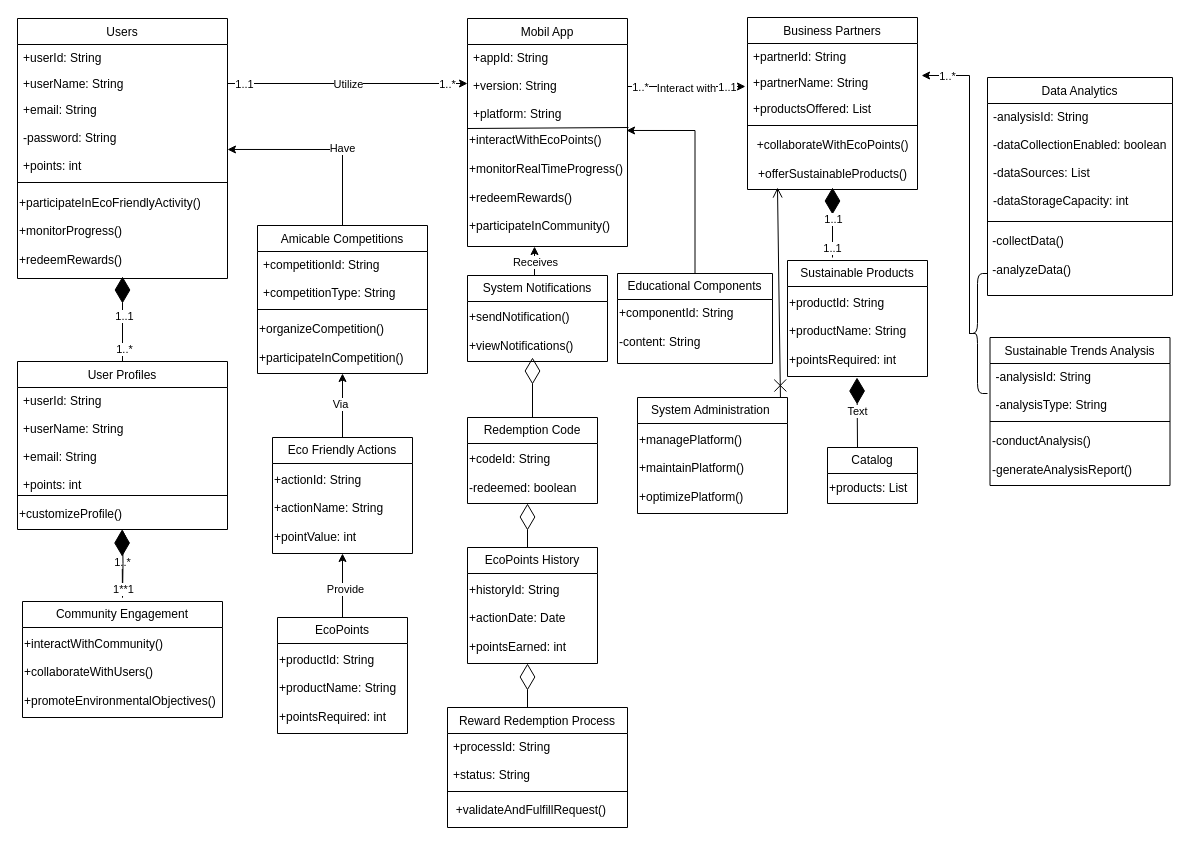
Earlier version of the draw.io diagram Untitled Diagram.drawio (biabcp/UML-Domain-Class-Diagram). Source tidied: cells renumbered, new cells numbered last; positions are measured from the earlier drawing's top-left corner, leaving out a move shared by most shapes. Both pictures are drawn from the tidied source at 100%, with x=0, y=0 at pixel (17, 17).
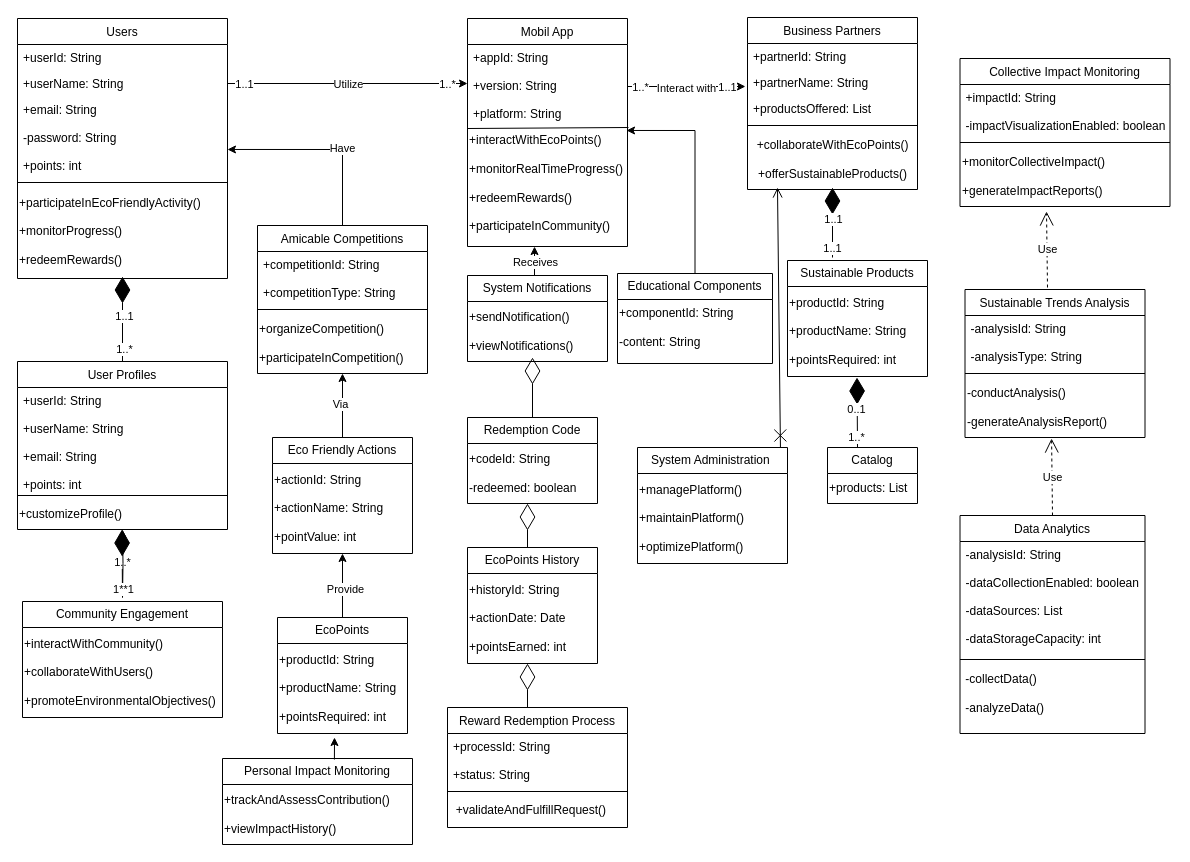
The same page after the edit.

The change refers to these unchanged cells:
```xml
<mxCell id="10" value="+partnerName: String" style="text;align=left;verticalAlign=top;spacingLeft=4;spacingRight=4;overflow=hidden;points=[[0,0.5],[1,0.5]];portConstraint=eastwest;rounded=0;shadow=0;html=0;" parent="8" vertex="1">
  <mxGeometry y="52" width="170" height="26" as="geometry" />
</mxCell>
<mxCell id="59" value="&lt;div&gt;-conductAnalysis()&lt;/div&gt;&lt;div&gt;&lt;br&gt;&lt;/div&gt;&lt;div&gt;-generateAnalysisReport()&lt;/div&gt;" style="text;html=1;align=left;verticalAlign=middle;points=[];strokeColor=none;fillColor=none;" parent="56" vertex="1">
  <mxGeometry y="88" width="180" height="60" as="geometry" />
</mxCell>
<mxCell id="84" style="endArrow=diamondThin;endFill=1;endSize=24;html=1;rounded=0;" parent="1" edge="1">
  <mxGeometry relative="1" as="geometry">
    <mxPoint x="840" y="430" as="sourcePoint" />
    <mxPoint x="839.5" y="360" as="targetPoint" />
  </mxGeometry>
</mxCell>
```

What changed in the source:
```diff
@@
     <mxCell id="39" value="Data Analytics" style="swimlane;fontStyle=0;align=center;verticalAlign=top;horizontal=1;startSize=26;rounded=0;shadow=0;strokeWidth=1;" parent="1" vertex="1">
-      <mxGeometry x="970" y="60" width="185" height="218" as="geometry" />
+      <mxGeometry x="942.5" y="498" width="185" height="218" as="geometry" />
     </mxCell>
@@
     <mxCell id="56" value="Sustainable Trends Analysis" style="swimlane;fontStyle=0;align=center;verticalAlign=top;horizontal=1;startSize=26;rounded=0;shadow=0;strokeWidth=1;" parent="1" vertex="1">
-      <mxGeometry x="972.5" y="320" width="180" height="148" as="geometry" />
+      <mxGeometry x="947.5" y="272" width="180" height="148" as="geometry" />
     </mxCell>
@@
     <mxCell id="60" value="System Administration&amp;nbsp;" style="swimlane;fontStyle=0;horizontal=1;startSize=26;fillColor=none;whiteSpace=wrap;html=1;" parent="1" vertex="1">
-      <mxGeometry x="620" y="380" width="150" height="116" as="geometry" />
+      <mxGeometry x="620" y="430" width="150" height="116" as="geometry" />
     </mxCell>
@@
-    <mxCell id="85" value="Text" style="edgeLabel;html=1;align=center;verticalAlign=middle;" parent="84" vertex="1">
-      <mxGeometry x="0.06" relative="1" as="geometry" />
-    </mxCell>
+    <mxCell id="95" value="0..1&lt;br&gt;" style="edgeLabel;html=1;align=center;verticalAlign=middle;" parent="84" vertex="1">
+      <mxGeometry x="0.11" y="1" relative="1" as="geometry" />
+    </mxCell>
+    <mxCell id="93" value="1..*" style="edgeLabel;html=1;align=center;verticalAlign=middle;" parent="84" vertex="1">
+      <mxGeometry x="-0.69" y="1" relative="1" as="geometry" />
+    </mxCell>
@@
-    <mxCell id="92" style="edgeStyle=orthogonalEdgeStyle;rounded=0;jettySize=auto;html=1;exitX=0.1;exitY=0.5;exitDx=0;exitDy=0;exitPerimeter=0;entryX=1.024;entryY=0.231;entryDx=0;entryDy=0;entryPerimeter=0;" parent="1" edge="1" source="94" target="10">
-      <mxGeometry relative="1" as="geometry" />
-    </mxCell>
-    <mxCell id="93" value="1..*" style="edgeLabel;html=1;align=center;verticalAlign=middle;" parent="92" vertex="1">
-      <mxGeometry x="0.84" relative="1" as="geometry" />
-    </mxCell>
-    <mxCell id="94" style="shape=curlyBracket;whiteSpace=wrap;html=1;rounded=1;labelPosition=left;verticalLabelPosition=middle;align=right;verticalAlign=middle;" parent="1" vertex="1">
-      <mxGeometry x="950" y="256" width="20" height="120" as="geometry" />
-    </mxCell>
+    <mxCell id="96" value="Personal Impact Monitoring" style="swimlane;fontStyle=0;horizontal=1;startSize=26;fillColor=none;whiteSpace=wrap;html=1;" parent="1" vertex="1">
+      <mxGeometry x="205" y="741" width="190" height="86" as="geometry" />
+    </mxCell>
+    <mxCell id="97" value="&lt;div&gt;+trackAndAssessContribution()&lt;/div&gt;&lt;div&gt;&lt;br&gt;&lt;/div&gt;&lt;div&gt;+viewImpactHistory()&lt;/div&gt;" style="text;html=1;align=left;verticalAlign=middle;strokeColor=none;fillColor=none;" parent="96" vertex="1">
+      <mxGeometry y="26" width="190" height="60" as="geometry" />
+    </mxCell>
+    <mxCell id="98" style="endArrow=classic;html=1;rounded=0;exitX=0.589;exitY=0.012;exitDx=0;exitDy=0;exitPerimeter=0;" parent="1" edge="1" source="96">
+      <mxGeometry relative="1" as="geometry">
+        <mxPoint x="317" y="720" as="targetPoint" />
+      </mxGeometry>
+    </mxCell>
+    <mxCell id="99" value="Collective Impact Monitoring" style="swimlane;fontStyle=0;align=center;verticalAlign=top;horizontal=1;startSize=26;rounded=0;shadow=0;strokeWidth=1;" parent="1" vertex="1">
+      <mxGeometry x="942.5" y="41" width="210" height="148" as="geometry" />
+    </mxCell>
+    <mxCell id="100" value="+impactId: String&#10;&#10;-impactVisualizationEnabled: boolean" style="text;align=left;verticalAlign=top;spacingLeft=4;spacingRight=4;overflow=hidden;" parent="99" vertex="1">
+      <mxGeometry y="26" width="210" height="54" as="geometry" />
+    </mxCell>
+    <mxCell id="101" style="line;html=1;strokeWidth=1;align=left;verticalAlign=middle;spacingTop=-1;spacingLeft=3;spacingRight=3;labelPosition=right;" parent="99" vertex="1">
+      <mxGeometry y="80" width="210" height="8" as="geometry" />
+    </mxCell>
+    <mxCell id="102" value="&lt;div&gt;+monitorCollectiveImpact()&lt;/div&gt;&lt;div&gt;&lt;br&gt;&lt;/div&gt;&lt;div&gt;+generateImpactReports()&lt;/div&gt;" style="text;html=1;align=left;verticalAlign=middle;points=[];strokeColor=none;fillColor=none;" parent="99" vertex="1">
+      <mxGeometry y="88" width="210" height="60" as="geometry" />
+    </mxCell>
+    <mxCell id="103" value="Use" style="endArrow=open;endSize=12;dashed=1;html=1;rounded=0;entryX=0.481;entryY=1.017;entryDx=0;entryDy=0;entryPerimeter=0;exitX=0.5;exitY=0;exitDx=0;exitDy=0;" parent="1" edge="1" source="39" target="59">
+      <mxGeometry relative="1" as="geometry" />
+    </mxCell>
+    <mxCell id="104" value="Use" style="endArrow=open;endSize=12;dashed=1;html=1;rounded=0;entryX=0.412;entryY=1.083;entryDx=0;entryDy=0;entryPerimeter=0;" parent="1" edge="1" target="102">
+      <mxGeometry relative="1" as="geometry">
+        <mxPoint x="1030" y="270" as="sourcePoint" />
+      </mxGeometry>
+    </mxCell>
```
